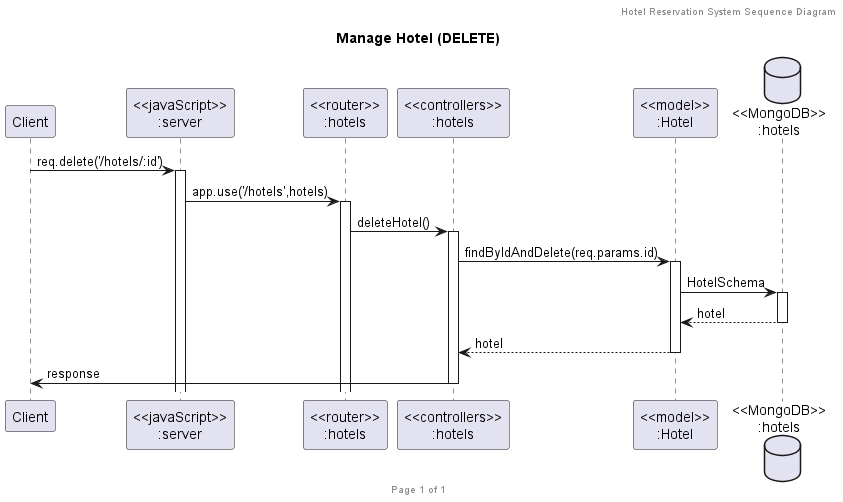
The PlantUML diagram out/UML/SequenceDiagram/Hotel/delete/Manage Hotel (DELETE).png in 2110503TACEDT66/presentation-day-1-chue-rai-dee, before a commit.
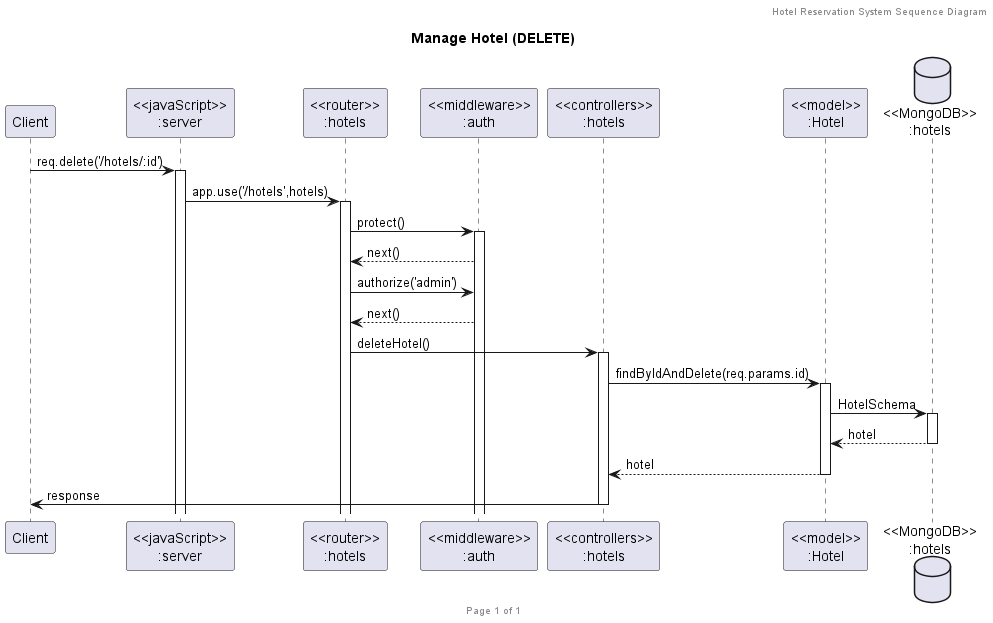
The same file after the commit.

Diff of the diagram source:
```diff
@@ -7,12 +7,17 @@
 participant "Client" as client
 participant "<<javaScript>>\n:server" as server
 participant "<<router>>\n:hotels" as routerHotels
+participant "<<middleware>>\n:auth" as middlewareAuth
 participant "<<controllers>>\n:hotels" as controllersHotels
 participant "<<model>>\n:Hotel" as modelHotel
 database "<<MongoDB>>\n:hotels" as HotelsDatabase
 
 client->server ++:req.delete('/hotels/:id')
 server->routerHotels ++:app.use('/hotels',hotels)
+routerHotels->middlewareAuth ++:protect()
+middlewareAuth-->routerHotels :next()
+routerHotels->middlewareAuth :authorize('admin')
+middlewareAuth-->routerHotels :next()
 routerHotels -> controllersHotels ++:deleteHotel()
 controllersHotels->modelHotel ++:findByIdAndDelete(req.params.id)
 modelHotel ->HotelsDatabase ++: HotelSchema
```
